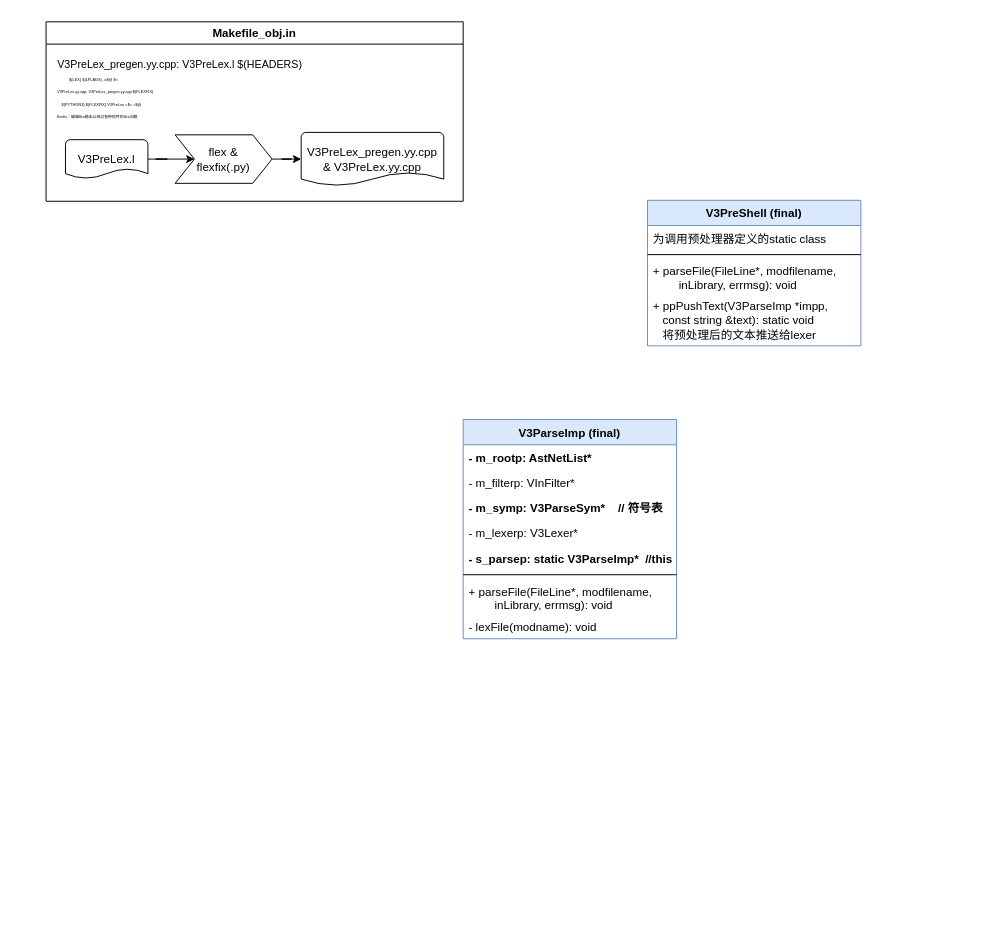
Earlier version of the draw.io diagram verilator_digrams/V3PreProc.drawio (Dercury/CLDK). Source tidied: cells renumbered, new cells numbered last; positions are measured from the earlier drawing's top-left corner, leaving out a move shared by most shapes. Both pictures are drawn from the tidied source at 97%, with x=0, y=0 at pixel (46, 21).
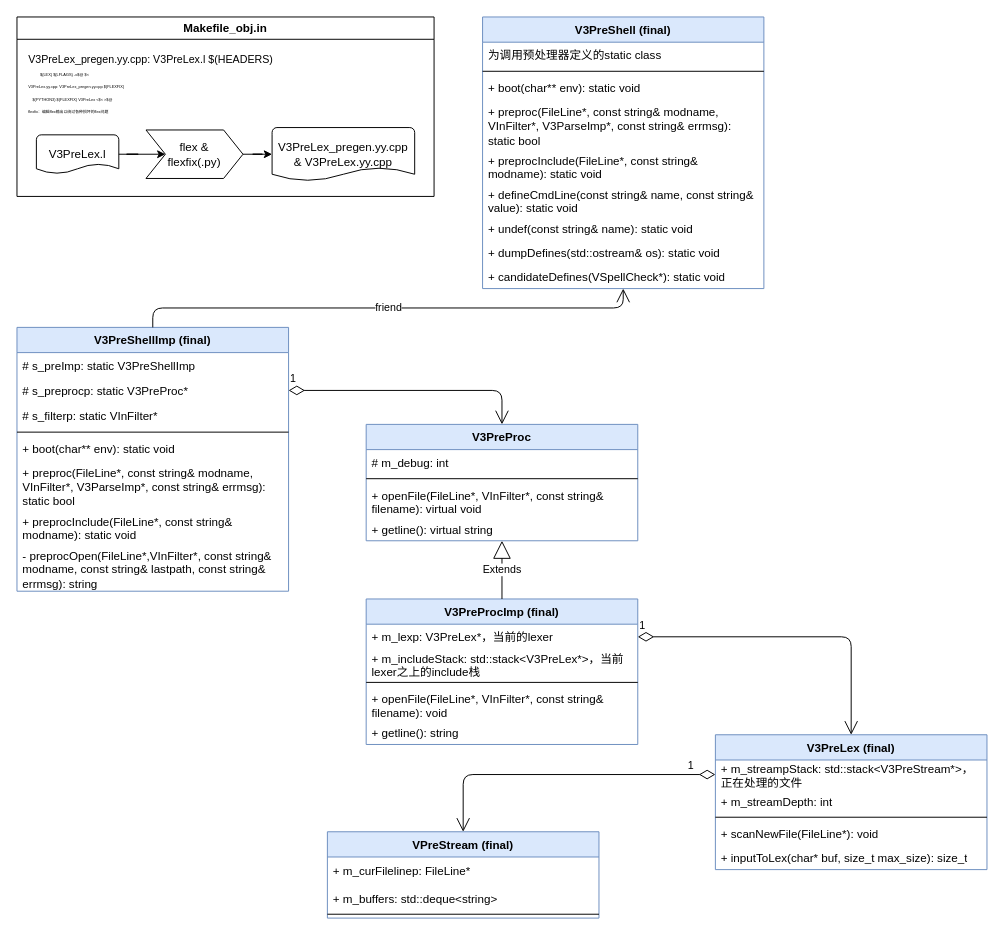
Above is the later version.

What changed in the source:
```diff
@@
     <mxCell id="2" value="Makefile_obj.in" style="swimlane;strokeWidth=1;" parent="1" vertex="1">
-      <mxGeometry width="430" height="185" as="geometry" />
+      <mxGeometry x="-30" y="-5" width="430" height="185" as="geometry" />
     </mxCell>
@@
-    <mxCell id="9" value="V3ParseImp (final)" style="swimlane;fontStyle=1;align=center;verticalAlign=top;horizontal=1;startSize=26;fillColor=#dae8fc;strokeColor=#6c8ebf;" parent="1" vertex="1">
-      <mxGeometry x="430" y="410" width="220" height="226" as="geometry" />
+    <mxCell id="9" value="V3PreShellImp (final)" style="swimlane;fontStyle=1;align=center;verticalAlign=top;horizontal=1;startSize=26;fillColor=#dae8fc;strokeColor=#6c8ebf;" parent="1" vertex="1">
+      <mxGeometry x="-30" y="315" width="280" height="272" as="geometry" />
     </mxCell>
-    <mxCell id="10" value="- m_rootp: AstNetList*" style="text;strokeColor=none;fillColor=none;align=left;verticalAlign=middle;spacingLeft=4;spacingRight=4;overflow=hidden;fontStyle=1;" parent="9" vertex="1">
-      <mxGeometry y="26" width="220" height="26" as="geometry" />
+    <mxCell id="10" value="# s_preImp: static V3PreShellImp" style="text;strokeColor=none;fillColor=none;align=left;verticalAlign=middle;spacingLeft=4;spacingRight=4;overflow=hidden;fontStyle=0;" parent="9" vertex="1">
+      <mxGeometry y="26" width="280" height="26" as="geometry" />
     </mxCell>
-    <mxCell id="11" value="- m_filterp: VInFilter*" style="text;strokeColor=none;fillColor=none;align=left;verticalAlign=middle;spacingLeft=4;spacingRight=4;overflow=hidden;points=[[0,0.5],[1,0.5]];portConstraint=eastwest;" parent="9" vertex="1">
-      <mxGeometry y="52" width="220" height="26" as="geometry" />
+    <mxCell id="11" value="# s_preprocp: static V3PreProc*" style="text;strokeColor=none;fillColor=none;align=left;verticalAlign=middle;spacingLeft=4;spacingRight=4;overflow=hidden;points=[[0,0.5],[1,0.5]];portConstraint=eastwest;" parent="9" vertex="1">
+      <mxGeometry y="52" width="280" height="26" as="geometry" />
     </mxCell>
-    <mxCell id="12" value="- m_symp: V3ParseSym*    // 符号表" style="text;strokeColor=none;fillColor=none;align=left;verticalAlign=top;spacingLeft=4;spacingRight=4;overflow=hidden;fontStyle=1;" parent="9" vertex="1">
-      <mxGeometry y="78" width="220" height="26" as="geometry" />
-    </mxCell>
-    <mxCell id="13" value="- m_lexerp: V3Lexer*" style="text;strokeColor=none;fillColor=none;align=left;verticalAlign=middle;spacingLeft=4;spacingRight=4;overflow=hidden;" parent="9" vertex="1">
-      <mxGeometry y="104" width="220" height="26" as="geometry" />
+    <mxCell id="13" value="# s_filterp: static VInFilter*" style="text;strokeColor=none;fillColor=none;align=left;verticalAlign=middle;spacingLeft=4;spacingRight=4;overflow=hidden;" parent="9" vertex="1">
+      <mxGeometry y="78" width="280" height="26" as="geometry" />
     </mxCell>
-    <mxCell id="14" value="- s_parsep: static V3ParseImp*  //this" style="text;strokeColor=none;fillColor=none;align=left;verticalAlign=middle;spacingLeft=4;spacingRight=4;overflow=hidden;fontStyle=1;" parent="9" vertex="1">
-      <mxGeometry y="130" width="220" height="26" as="geometry" />
-    </mxCell>
     <mxCell id="15" style="line;strokeWidth=1;fillColor=none;align=left;verticalAlign=middle;spacingTop=-1;spacingLeft=3;spacingRight=3;labelPosition=right;" parent="9" vertex="1">
-      <mxGeometry y="156" width="220" height="8" as="geometry" />
+      <mxGeometry y="104" width="280" height="8" as="geometry" />
     </mxCell>
-    <mxCell id="16" value="+ parseFile(FileLine*, modfilename, &#10;        inLibrary, errmsg): void" style="text;strokeColor=none;fillColor=none;align=left;verticalAlign=top;spacingLeft=4;spacingRight=4;overflow=hidden;" parent="9" vertex="1">
-      <mxGeometry y="164" width="220" height="36" as="geometry" />
-    </mxCell>
-    <mxCell id="17" value="- lexFile(modname): void" style="text;strokeColor=none;fillColor=none;align=left;verticalAlign=top;spacingLeft=4;spacingRight=4;overflow=hidden;" parent="9" vertex="1">
-      <mxGeometry y="200" width="220" height="26" as="geometry" />
-    </mxCell>
+    <mxCell id="23" value="+ boot(char** env): static void" style="text;strokeColor=none;fillColor=none;align=left;verticalAlign=top;spacingLeft=4;spacingRight=4;overflow=hidden;" parent="9" vertex="1">
+      <mxGeometry y="112" width="280" height="25" as="geometry" />
+    </mxCell>
+    <mxCell id="24" value="+ preproc(FileLine*, const string&amp; modname, VInFilter*, V3ParseImp*, const string&amp; errmsg): static bool" style="text;strokeColor=none;fillColor=none;align=left;verticalAlign=top;spacingLeft=4;spacingRight=4;overflow=hidden;whiteSpace=wrap;" parent="9" vertex="1">
+      <mxGeometry y="137" width="280" height="50" as="geometry" />
+    </mxCell>
+    <mxCell id="25" value="+ preprocInclude(FileLine*, const string&amp; modname): static void" style="text;strokeColor=none;fillColor=none;align=left;verticalAlign=top;spacingLeft=4;spacingRight=4;overflow=hidden;whiteSpace=wrap;" parent="9" vertex="1">
+      <mxGeometry y="187" width="280" height="35" as="geometry" />
+    </mxCell>
+    <mxCell id="26" value="- preprocOpen(FileLine*,VInFilter*, const string&amp; modname, const string&amp; lastpath, const string&amp; errmsg): string" style="text;strokeColor=none;fillColor=none;align=left;verticalAlign=top;spacingLeft=4;spacingRight=4;overflow=hidden;whiteSpace=wrap;" parent="9" vertex="1">
+      <mxGeometry y="222" width="280" height="50" as="geometry" />
+    </mxCell>
     <mxCell id="18" value="V3PreShell (final)" style="swimlane;fontStyle=1;align=center;verticalAlign=top;horizontal=1;startSize=26;fillColor=#dae8fc;strokeColor=#6c8ebf;" parent="1" vertex="1">
-      <mxGeometry x="620" y="184" width="220" height="150" as="geometry" />
+      <mxGeometry x="450" y="-5" width="290" height="280" as="geometry" />
     </mxCell>
     <mxCell id="19" value="为调用预处理器定义的static class" style="text;strokeColor=none;fillColor=none;align=left;verticalAlign=top;spacingLeft=4;spacingRight=4;overflow=hidden;" parent="18" vertex="1">
-      <mxGeometry y="26" width="220" height="26" as="geometry" />
+      <mxGeometry y="26" width="290" height="26" as="geometry" />
     </mxCell>
     <mxCell id="20" style="line;strokeWidth=1;fillColor=none;align=left;verticalAlign=middle;spacingTop=-1;spacingLeft=3;spacingRight=3;labelPosition=right;" parent="18" vertex="1">
-      <mxGeometry y="52" width="220" height="8" as="geometry" />
+      <mxGeometry y="52" width="290" height="8" as="geometry" />
     </mxCell>
-    <mxCell id="21" value="+ parseFile(FileLine*, modfilename, &#10;        inLibrary, errmsg): void" style="text;strokeColor=none;fillColor=none;align=left;verticalAlign=top;spacingLeft=4;spacingRight=4;overflow=hidden;" parent="18" vertex="1">
-      <mxGeometry y="60" width="220" height="36" as="geometry" />
+    <mxCell id="21" value="+ boot(char** env): static void" style="text;strokeColor=none;fillColor=none;align=left;verticalAlign=top;spacingLeft=4;spacingRight=4;overflow=hidden;" parent="18" vertex="1">
+      <mxGeometry y="60" width="290" height="25" as="geometry" />
     </mxCell>
-    <mxCell id="22" value="+ ppPushText(V3ParseImp *impp, &#10;   const string &amp;text): static void&#10;   将预处理后的文本推送给lexer" style="text;strokeColor=none;fillColor=none;align=left;verticalAlign=top;spacingLeft=4;spacingRight=4;overflow=hidden;whiteSpace=wrap;" parent="18" vertex="1">
-      <mxGeometry y="96" width="220" height="54" as="geometry" />
+    <mxCell id="22" value="+ preproc(FileLine*, const string&amp; modname, VInFilter*, V3ParseImp*, const string&amp; errmsg): static bool" style="text;strokeColor=none;fillColor=none;align=left;verticalAlign=top;spacingLeft=4;spacingRight=4;overflow=hidden;whiteSpace=wrap;" parent="18" vertex="1">
+      <mxGeometry y="85" width="290" height="50" as="geometry" />
     </mxCell>
+    <mxCell id="27" value="+ preprocInclude(FileLine*, const string&amp; modname): static void" style="text;strokeColor=none;fillColor=none;align=left;verticalAlign=top;spacingLeft=4;spacingRight=4;overflow=hidden;whiteSpace=wrap;" parent="18" vertex="1">
+      <mxGeometry y="135" width="290" height="35" as="geometry" />
+    </mxCell>
+    <mxCell id="28" value="+ defineCmdLine(const string&amp; name, const string&amp; value): static void" style="text;strokeColor=none;fillColor=none;align=left;verticalAlign=top;spacingLeft=4;spacingRight=4;overflow=hidden;whiteSpace=wrap;" parent="18" vertex="1">
+      <mxGeometry y="170" width="290" height="35" as="geometry" />
+    </mxCell>
+    <mxCell id="29" value="+ undef(const string&amp; name): static void" style="text;strokeColor=none;fillColor=none;align=left;verticalAlign=top;spacingLeft=4;spacingRight=4;overflow=hidden;whiteSpace=wrap;" parent="18" vertex="1">
+      <mxGeometry y="205" width="290" height="25" as="geometry" />
+    </mxCell>
+    <mxCell id="30" value="+ dumpDefines(std::ostream&amp; os): static void" style="text;strokeColor=none;fillColor=none;align=left;verticalAlign=top;spacingLeft=4;spacingRight=4;overflow=hidden;whiteSpace=wrap;" parent="18" vertex="1">
+      <mxGeometry y="230" width="290" height="25" as="geometry" />
+    </mxCell>
+    <mxCell id="31" value="+ candidateDefines(VSpellCheck*): static void" style="text;strokeColor=none;fillColor=none;align=left;verticalAlign=top;spacingLeft=4;spacingRight=4;overflow=hidden;whiteSpace=wrap;" parent="18" vertex="1">
+      <mxGeometry y="255" width="290" height="25" as="geometry" />
+    </mxCell>
+    <mxCell id="32" value="friend" style="endArrow=open;endFill=1;endSize=12;html=1;exitX=0.5;exitY=0;exitDx=0;exitDy=0;edgeStyle=orthogonalEdgeStyle;" parent="1" edge="1" source="9" target="18">
+      <mxGeometry relative="1" as="geometry" />
+    </mxCell>
+    <mxCell id="33" value="V3PreProc" style="swimlane;fontStyle=1;align=center;verticalAlign=top;horizontal=1;startSize=26;fillColor=#dae8fc;strokeColor=#6c8ebf;" parent="1" vertex="1">
+      <mxGeometry x="330" y="415" width="280" height="120" as="geometry" />
+    </mxCell>
+    <mxCell id="34" value="# m_debug: int" style="text;strokeColor=none;fillColor=none;align=left;verticalAlign=middle;spacingLeft=4;spacingRight=4;overflow=hidden;" parent="33" vertex="1">
+      <mxGeometry y="26" width="280" height="26" as="geometry" />
+    </mxCell>
+    <mxCell id="35" style="line;strokeWidth=1;fillColor=none;align=left;verticalAlign=middle;spacingTop=-1;spacingLeft=3;spacingRight=3;labelPosition=right;" parent="33" vertex="1">
+      <mxGeometry y="52" width="280" height="8" as="geometry" />
+    </mxCell>
+    <mxCell id="36" value="+ openFile(FileLine*, VInFilter*, const string&amp; filename): virtual void" style="text;strokeColor=none;fillColor=none;align=left;verticalAlign=top;spacingLeft=4;spacingRight=4;overflow=hidden;whiteSpace=wrap;" parent="33" vertex="1">
+      <mxGeometry y="60" width="280" height="35" as="geometry" />
+    </mxCell>
+    <mxCell id="37" value="+ getline(): virtual string" style="text;strokeColor=none;fillColor=none;align=left;verticalAlign=top;spacingLeft=4;spacingRight=4;overflow=hidden;whiteSpace=wrap;" parent="33" vertex="1">
+      <mxGeometry y="95" width="280" height="25" as="geometry" />
+    </mxCell>
+    <mxCell id="38" value="1" style="endArrow=open;html=1;endSize=12;startArrow=diamondThin;startSize=14;startFill=0;edgeStyle=orthogonalEdgeStyle;align=left;verticalAlign=bottom;" parent="1" edge="1" source="11" target="33">
+      <mxGeometry x="-1" y="3" relative="1" as="geometry" />
+    </mxCell>
+    <mxCell id="39" value="V3PreProcImp (final)" style="swimlane;fontStyle=1;align=center;verticalAlign=top;horizontal=1;startSize=26;fillColor=#dae8fc;strokeColor=#6c8ebf;" parent="1" vertex="1">
+      <mxGeometry x="330" y="595" width="280" height="150" as="geometry" />
+    </mxCell>
+    <mxCell id="40" value="+ m_lexp: V3PreLex*，当前的lexer" style="text;strokeColor=none;fillColor=none;align=left;verticalAlign=middle;spacingLeft=4;spacingRight=4;overflow=hidden;points=[[0,0.5],[1,0.5]];portConstraint=eastwest;" parent="39" vertex="1">
+      <mxGeometry y="26" width="280" height="26" as="geometry" />
+    </mxCell>
+    <mxCell id="41" value="+ m_includeStack: std::stack&lt;V3PreLex*&gt;，当前lexer之上的include栈" style="text;strokeColor=none;fillColor=none;align=left;verticalAlign=middle;spacingLeft=4;spacingRight=4;overflow=hidden;whiteSpace=wrap;" parent="39" vertex="1">
+      <mxGeometry y="52" width="280" height="30" as="geometry" />
+    </mxCell>
+    <mxCell id="42" style="line;strokeWidth=1;fillColor=none;align=left;verticalAlign=middle;spacingTop=-1;spacingLeft=3;spacingRight=3;labelPosition=right;" parent="39" vertex="1">
+      <mxGeometry y="82" width="280" height="8" as="geometry" />
+    </mxCell>
+    <mxCell id="43" value="+ openFile(FileLine*, VInFilter*, const string&amp; filename): void" style="text;strokeColor=none;fillColor=none;align=left;verticalAlign=top;spacingLeft=4;spacingRight=4;overflow=hidden;whiteSpace=wrap;" parent="39" vertex="1">
+      <mxGeometry y="90" width="280" height="35" as="geometry" />
+    </mxCell>
+    <mxCell id="44" value="+ getline(): string" style="text;strokeColor=none;fillColor=none;align=left;verticalAlign=top;spacingLeft=4;spacingRight=4;overflow=hidden;whiteSpace=wrap;" parent="39" vertex="1">
+      <mxGeometry y="125" width="280" height="25" as="geometry" />
+    </mxCell>
+    <mxCell id="45" value="Extends" style="endArrow=block;endSize=16;endFill=0;html=1;edgeStyle=orthogonalEdgeStyle;exitX=0.5;exitY=0;exitDx=0;exitDy=0;" parent="1" edge="1" source="39" target="33">
+      <mxGeometry relative="1" as="geometry" />
+    </mxCell>
+    <mxCell id="46" value="V3PreLex (final)" style="swimlane;fontStyle=1;align=center;verticalAlign=top;horizontal=1;startSize=26;fillColor=#dae8fc;strokeColor=#6c8ebf;" parent="1" vertex="1">
+      <mxGeometry x="690" y="735" width="280" height="139" as="geometry" />
+    </mxCell>
+    <mxCell id="47" value="+ m_streampStack: std::stack&lt;V3PreStream*&gt;，正在处理的文件" style="text;strokeColor=none;fillColor=none;align=left;verticalAlign=middle;spacingLeft=4;spacingRight=4;overflow=hidden;points=[[0,0.5],[1,0.5]];portConstraint=eastwest;whiteSpace=wrap;" parent="46" vertex="1">
+      <mxGeometry y="26" width="280" height="30" as="geometry" />
+    </mxCell>
+    <mxCell id="48" value="+ m_streamDepth: int" style="text;strokeColor=none;fillColor=none;align=left;verticalAlign=middle;spacingLeft=4;spacingRight=4;overflow=hidden;" parent="46" vertex="1">
+      <mxGeometry y="56" width="280" height="25" as="geometry" />
+    </mxCell>
+    <mxCell id="49" style="line;strokeWidth=1;fillColor=none;align=left;verticalAlign=middle;spacingTop=-1;spacingLeft=3;spacingRight=3;labelPosition=right;" parent="46" vertex="1">
+      <mxGeometry y="81" width="280" height="8" as="geometry" />
+    </mxCell>
+    <mxCell id="50" value="+ scanNewFile(FileLine*): void" style="text;strokeColor=none;fillColor=none;align=left;verticalAlign=top;spacingLeft=4;spacingRight=4;overflow=hidden;whiteSpace=wrap;" parent="46" vertex="1">
+      <mxGeometry y="89" width="280" height="25" as="geometry" />
+    </mxCell>
+    <mxCell id="51" value="+ inputToLex(char* buf, size_t max_size): size_t" style="text;strokeColor=none;fillColor=none;align=left;verticalAlign=top;spacingLeft=4;spacingRight=4;overflow=hidden;whiteSpace=wrap;" parent="46" vertex="1">
+      <mxGeometry y="114" width="280" height="25" as="geometry" />
+    </mxCell>
+    <mxCell id="52" value="1" style="endArrow=open;html=1;endSize=12;startArrow=diamondThin;startSize=14;startFill=0;edgeStyle=orthogonalEdgeStyle;align=left;verticalAlign=bottom;entryX=0.5;entryY=0;entryDx=0;entryDy=0;" parent="1" edge="1" source="40" target="46">
+      <mxGeometry x="-1" y="3" relative="1" as="geometry" />
+    </mxCell>
+    <mxCell id="53" value="VPreStream (final)" style="swimlane;fontStyle=1;align=center;verticalAlign=top;horizontal=1;startSize=26;fillColor=#dae8fc;strokeColor=#6c8ebf;" parent="1" vertex="1">
+      <mxGeometry x="290" y="835" width="280" height="89" as="geometry" />
+    </mxCell>
+    <mxCell id="54" value="+ m_curFilelinep: FileLine*" style="text;strokeColor=none;fillColor=none;align=left;verticalAlign=middle;spacingLeft=4;spacingRight=4;overflow=hidden;whiteSpace=wrap;" parent="53" vertex="1">
+      <mxGeometry y="26" width="280" height="30" as="geometry" />
+    </mxCell>
+    <mxCell id="55" value="+ m_buffers: std::deque&lt;string&gt;" style="text;strokeColor=none;fillColor=none;align=left;verticalAlign=middle;spacingLeft=4;spacingRight=4;overflow=hidden;" parent="53" vertex="1">
+      <mxGeometry y="56" width="280" height="25" as="geometry" />
+    </mxCell>
+    <mxCell id="56" style="line;strokeWidth=1;fillColor=none;align=left;verticalAlign=middle;spacingTop=-1;spacingLeft=3;spacingRight=3;labelPosition=right;" parent="53" vertex="1">
+      <mxGeometry y="81" width="280" height="8" as="geometry" />
+    </mxCell>
+    <mxCell id="57" value="1" style="endArrow=open;html=1;endSize=12;startArrow=diamondThin;startSize=14;startFill=0;edgeStyle=orthogonalEdgeStyle;align=left;verticalAlign=bottom;entryX=0.5;entryY=0;entryDx=0;entryDy=0;" parent="1" edge="1" source="47" target="53">
+      <mxGeometry x="-0.81" relative="1" as="geometry" />
+    </mxCell>
```
